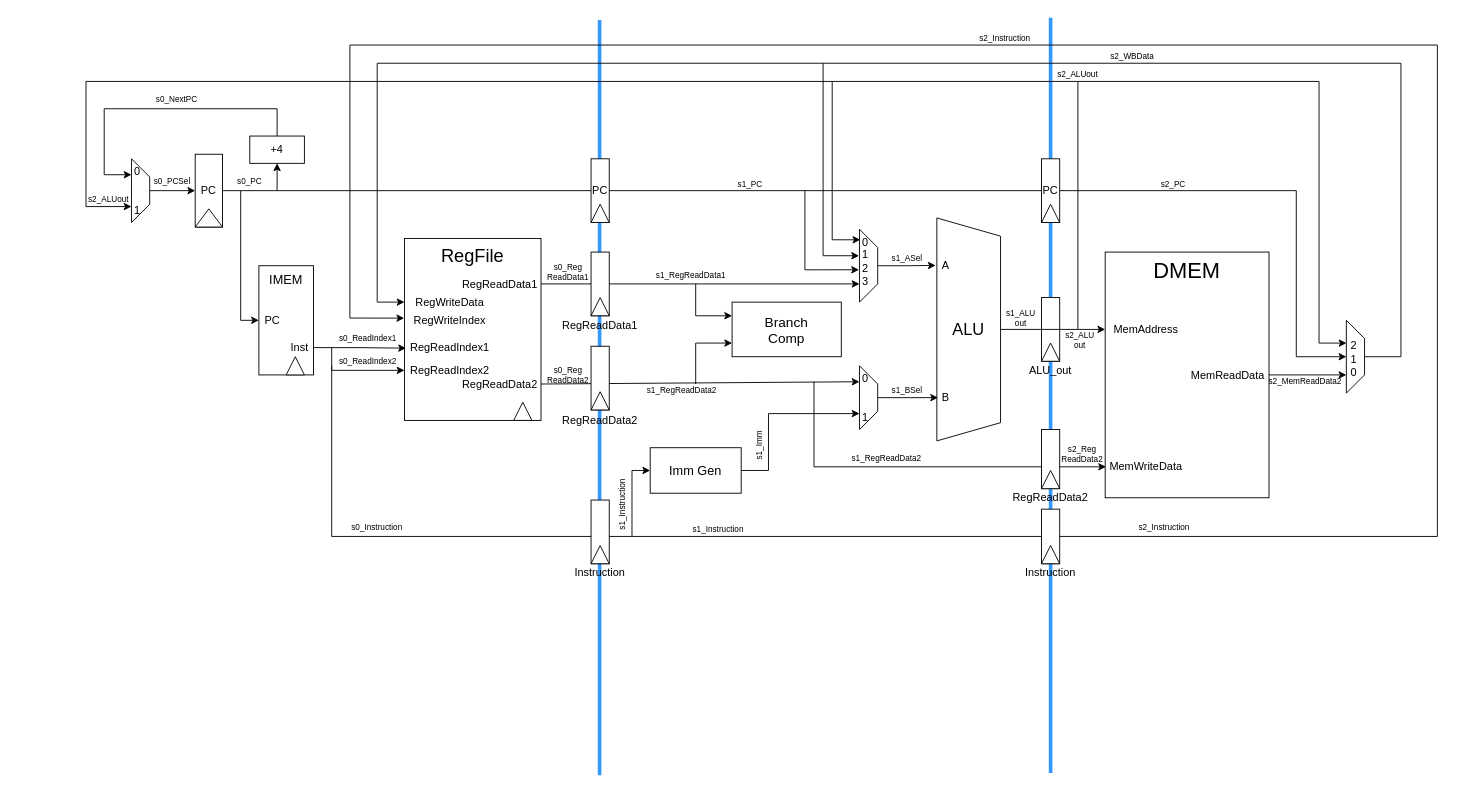
This is pipeline_diagram.drawio from TerryTang0/eecs151-asic-project-sp26, a draw.io file, before an edit. Source tidied: cells renumbered, new cells numbered last; positions are measured from the earlier drawing's top-left corner, leaving out a move shared by most shapes. Both pictures are drawn from the tidied source at 91%, with x=0, y=0 at pixel (81, 17).
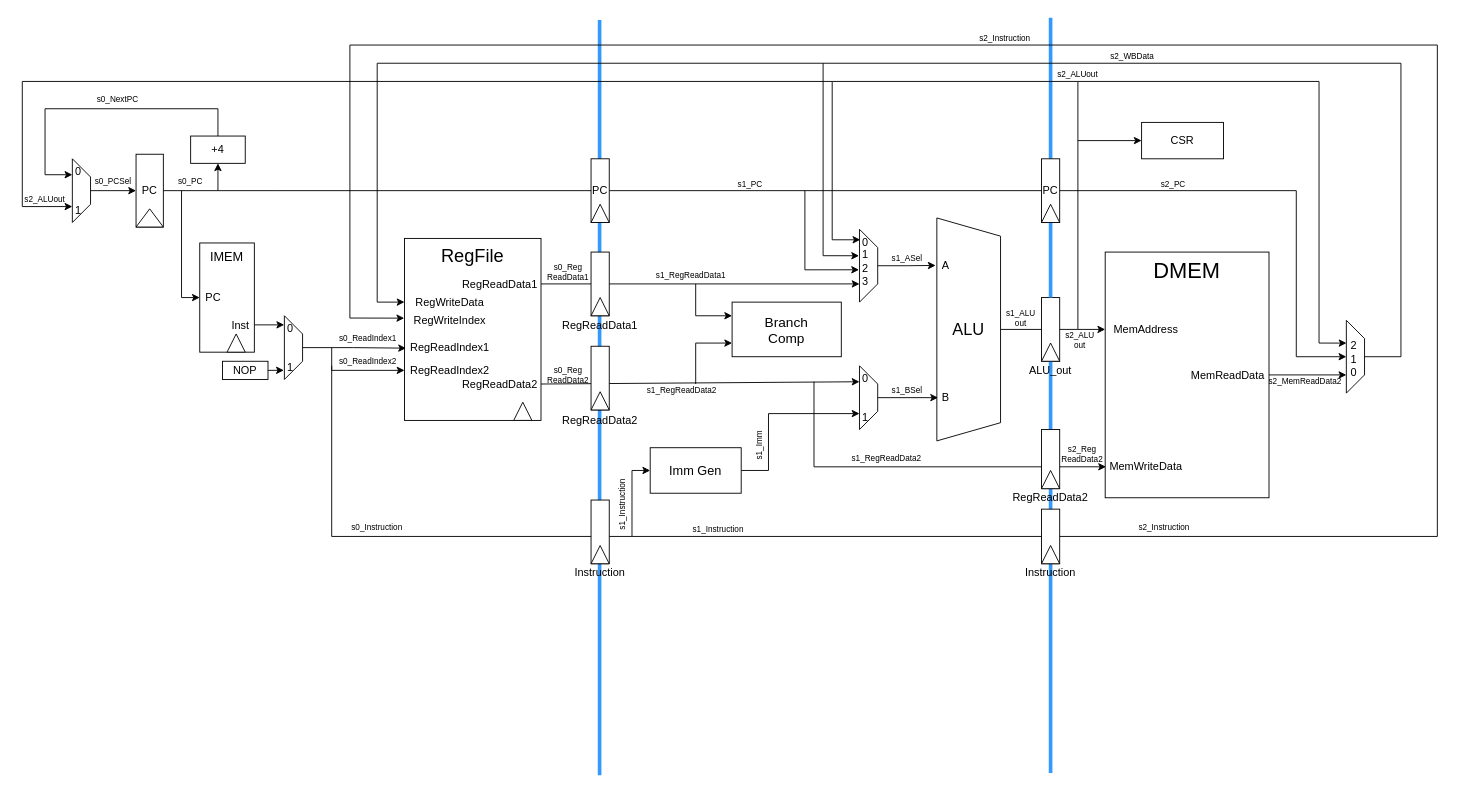
Above is the later version.

Commit message:
Update the datapath for CSR

The change refers to these unchanged cells:
```xml
<mxCell id="19" value="&lt;font style=&quot;font-size: 20px;&quot;&gt;RegFile&lt;/font&gt;" style="rounded=0;whiteSpace=wrap;html=1;direction=south;verticalAlign=top;" parent="1" vertex="1">
  <mxGeometry x="355" y="242.5" width="150" height="200" as="geometry" />
</mxCell>
<mxCell id="42" value="ALU" style="shape=trapezoid;perimeter=trapezoidPerimeter;whiteSpace=wrap;html=1;shapeInside=1;fixedSize=1;direction=south;fontSize=18;" parent="1" vertex="1">
  <mxGeometry x="940" y="220" width="70" height="245" as="geometry" />
</mxCell>
<mxCell id="49" value="MemAddress" style="text;html=1;whiteSpace=wrap;strokeColor=none;fillColor=none;align=center;verticalAlign=middle;rounded=0;" parent="1" vertex="1">
  <mxGeometry x="1125" y="327.5" width="90" height="30" as="geometry" />
</mxCell>
```

What changed in the source:
```diff
@@
+    <mxCell id="41" style="rounded=0;jettySize=auto;html=1;exitX=0.5;exitY=0;exitDx=0;exitDy=0;defaultLabelBackgroundColor=page;labelPadding=0 4;entryX=0;entryY=0.5;entryDx=0;entryDy=0;flowAnimation=0;" parent="1" edge="1" source="42" target="49">
+      <mxGeometry x="-0.52" relative="1" as="geometry" />
+    </mxCell>
+    <mxCell id="4" style="rounded=0;whiteSpace=wrap;html=1;rotation=90;horizontal=0;" parent="1" vertex="1">
+      <mxGeometry x="1030" y="332.5" width="70" height="20" as="geometry" />
+    </mxCell>
@@
-    <mxCell id="4" style="rounded=0;whiteSpace=wrap;html=1;rotation=90;horizontal=0;" parent="1" vertex="1">
-      <mxGeometry x="1030" y="332.5" width="70" height="20" as="geometry" />
-    </mxCell>
     <mxCell id="5" value="PC" style="rounded=0;whiteSpace=wrap;html=1;rotation=90;horizontal=0;" parent="1" vertex="1">
-      <mxGeometry x="100" y="175" width="80" height="30" as="geometry" />
+      <mxGeometry x="35" y="175" width="80" height="30" as="geometry" />
     </mxCell>
     <mxCell id="6" style="triangle;whiteSpace=wrap;html=1;shapeInside=1;rotation=-90;" parent="1" vertex="1">
-      <mxGeometry x="130" y="205" width="20" height="30" as="geometry" />
+      <mxGeometry x="65" y="205" width="20" height="30" as="geometry" />
     </mxCell>
@@
     <mxCell id="8" style="endArrow=classic;html=1;rounded=0;" parent="1" edge="1" target="9">
       <mxGeometry relative="1" as="geometry">
-        <mxPoint x="215" y="190" as="sourcePoint" />
+        <mxPoint x="150" y="190" as="sourcePoint" />
       </mxGeometry>
     </mxCell>
     <mxCell id="9" value="+4" style="rounded=0;whiteSpace=wrap;html=1;" parent="1" vertex="1">
-      <mxGeometry x="185" y="130" width="60" height="30" as="geometry" />
+      <mxGeometry x="120" y="130" width="60" height="30" as="geometry" />
     </mxCell>
     <mxCell id="10" style="endArrow=classic;html=1;rounded=0;exitX=0.5;exitY=0;exitDx=0;exitDy=0;entryX=0.25;entryY=1;entryDx=0;entryDy=0;" parent="1" edge="1" source="9" target="11">
       <mxGeometry relative="1" as="geometry">
         <Array as="points">
-          <mxPoint x="215" y="100" />
-          <mxPoint x="25" y="100" />
-          <mxPoint x="25" y="172.5" />
+          <mxPoint x="150" y="100" />
+          <mxPoint x="-40" y="100" />
+          <mxPoint x="-40" y="172.5" />
         </Array>
       </mxGeometry>
     </mxCell>
     <mxCell id="11" value="0&amp;nbsp;&amp;nbsp;&lt;br&gt;&lt;br&gt;&lt;br&gt;&lt;div&gt;1&amp;nbsp;&amp;nbsp;&lt;/div&gt;" style="shape=trapezoid;perimeter=trapezoidPerimeter;whiteSpace=wrap;html=1;shapeInside=1;fixedSize=1;rotation=90;direction=east;horizontal=0;verticalAlign=top;" parent="1" vertex="1">
-      <mxGeometry x="30" y="180" width="70" height="20" as="geometry" />
+      <mxGeometry x="-35" y="180" width="70" height="20" as="geometry" />
     </mxCell>
@@
     <mxCell id="13" style="edgeStyle=orthogonalEdgeStyle;rounded=0;jettySize=auto;html=1;exitX=0.5;exitY=0;exitDx=0;exitDy=0;" parent="1" edge="1" source="14">
       <mxGeometry relative="1" as="geometry">
-        <mxPoint x="255.3" y="333.2" as="targetPoint" />
+        <mxPoint x="190.3" y="308.2" as="targetPoint" />
       </mxGeometry>
     </mxCell>
     <mxCell id="14" value="&lt;font style=&quot;font-size: 14px;&quot;&gt;IMEM&lt;br&gt;&lt;/font&gt;" style="rounded=0;whiteSpace=wrap;html=1;direction=south;verticalAlign=top;" parent="1" vertex="1">
-      <mxGeometry x="195" y="272.5" width="60" height="120" as="geometry" />
+      <mxGeometry x="130" y="247.5" width="60" height="120" as="geometry" />
     </mxCell>
     <mxCell id="15" style="triangle;whiteSpace=wrap;html=1;shapeInside=1;rotation=-90;" parent="1" vertex="1">
-      <mxGeometry x="225" y="372.5" width="20" height="20" as="geometry" />
+      <mxGeometry x="160" y="347.5" width="20" height="20" as="geometry" />
     </mxCell>
     <mxCell id="16" style="endArrow=classic;html=1;rounded=0;entryX=0.5;entryY=1;entryDx=0;entryDy=0;" parent="1" edge="1" target="14">
       <mxGeometry x="-0.09" relative="1" as="geometry">
-        <mxPoint x="175" y="190" as="sourcePoint" />
+        <mxPoint x="110" y="190" as="sourcePoint" />
         <Array as="points">
-          <mxPoint x="175" y="332.5" />
+          <mxPoint x="110" y="307.5" />
         </Array>
       </mxGeometry>
     </mxCell>
     <mxCell id="17" value="PC" style="text;html=1;whiteSpace=wrap;strokeColor=none;fillColor=none;align=center;verticalAlign=middle;rounded=0;" parent="1" vertex="1">
-      <mxGeometry x="185" y="322.5" width="50" height="20" as="geometry" />
+      <mxGeometry x="120" y="297.5" width="50" height="20" as="geometry" />
     </mxCell>
@@
-    <mxCell id="21" style="edgeStyle=orthogonalEdgeStyle;rounded=0;jettySize=auto;html=1;exitX=0.75;exitY=0;exitDx=0;exitDy=0;entryX=0.603;entryY=0.989;entryDx=0;entryDy=0;entryPerimeter=0;" parent="1" edge="1" source="14" target="19">
+    <mxCell id="21" style="edgeStyle=orthogonalEdgeStyle;rounded=0;jettySize=auto;html=1;entryX=0.603;entryY=0.989;entryDx=0;entryDy=0;entryPerimeter=0;exitX=0.5;exitY=0;exitDx=0;exitDy=0;" parent="1" edge="1" source="111" target="19">
       <mxGeometry relative="1" as="geometry" />
     </mxCell>
     <mxCell id="22" value="Inst" style="text;html=1;whiteSpace=wrap;strokeColor=none;fillColor=none;align=center;verticalAlign=middle;rounded=0;" parent="1" vertex="1">
-      <mxGeometry x="215" y="352.5" width="50" height="20" as="geometry" />
+      <mxGeometry x="150" y="327.5" width="50" height="20" as="geometry" />
     </mxCell>
@@
-    <mxCell id="41" style="rounded=0;jettySize=auto;html=1;exitX=0.5;exitY=0;exitDx=0;exitDy=0;defaultLabelBackgroundColor=page;labelPadding=0 4;entryX=0;entryY=0.5;entryDx=0;entryDy=0;flowAnimation=0;" parent="1" edge="1" source="42" target="49">
-      <mxGeometry x="-0.52" relative="1" as="geometry" />
-    </mxCell>
@@
     <mxCell id="53" value="s0_PC" style="text;html=1;whiteSpace=wrap;strokeColor=none;fillColor=none;align=center;verticalAlign=middle;rounded=0;fontSize=9;" parent="1" vertex="1">
-      <mxGeometry x="155" y="170" width="60" height="20" as="geometry" />
+      <mxGeometry x="90" y="170" width="60" height="20" as="geometry" />
     </mxCell>
     <mxCell id="54" value="s0_NextPC" style="text;html=1;whiteSpace=wrap;strokeColor=none;fillColor=none;align=center;verticalAlign=middle;rounded=0;fontSize=9;" parent="1" vertex="1">
-      <mxGeometry x="75" y="80" width="60" height="20" as="geometry" />
+      <mxGeometry x="10" y="80" width="60" height="20" as="geometry" />
     </mxCell>
@@
-    <mxCell id="86" style="triangle;whiteSpace=wrap;html=1;shapeInside=1;rotation=-90;" parent="1" vertex="1">
-      <mxGeometry x="1055" y="357.5" width="20" height="20" as="geometry" />
-    </mxCell>
@@
     <mxCell id="90" style="endArrow=classic;html=1;rounded=0;entryX=0.75;entryY=1;entryDx=0;entryDy=0;" parent="1" edge="1" target="11">
       <mxGeometry relative="1" as="geometry">
         <mxPoint x="825" y="70" as="sourcePoint" />
         <Array as="points">
-          <mxPoint x="5" y="70" />
-          <mxPoint x="5" y="207.5" />
+          <mxPoint x="-65" y="70" />
+          <mxPoint x="-65" y="207.5" />
         </Array>
       </mxGeometry>
     </mxCell>
@@
     <mxCell id="94" value="s2_ALUout" style="text;html=1;whiteSpace=wrap;strokeColor=none;fillColor=none;align=center;verticalAlign=middle;rounded=0;fontSize=9;" parent="1" vertex="1">
-      <mxGeometry y="190" width="60" height="20" as="geometry" />
+      <mxGeometry x="-70" y="190" width="60" height="20" as="geometry" />
     </mxCell>
@@
     <mxCell id="108" value="s0_PCSel" style="text;html=1;whiteSpace=wrap;strokeColor=none;fillColor=none;align=center;verticalAlign=middle;rounded=0;fontSize=9;" parent="1" vertex="1">
-      <mxGeometry x="70" y="170" width="60" height="20" as="geometry" />
+      <mxGeometry x="5" y="170" width="60" height="20" as="geometry" />
     </mxCell>
@@
+    <mxCell id="111" value="0&amp;nbsp;&amp;nbsp;&lt;br&gt;&lt;br&gt;&lt;br&gt;&lt;div&gt;1&amp;nbsp;&amp;nbsp;&lt;/div&gt;" style="shape=trapezoid;perimeter=trapezoidPerimeter;whiteSpace=wrap;html=1;shapeInside=1;fixedSize=1;rotation=90;direction=east;horizontal=0;verticalAlign=top;" parent="1" vertex="1">
+      <mxGeometry x="198" y="352.5" width="70" height="20" as="geometry" />
+    </mxCell>
+    <mxCell id="112" value="NOP" style="rounded=0;whiteSpace=wrap;html=1;" parent="1" vertex="1">
+      <mxGeometry x="155" y="377.5" width="50" height="20" as="geometry" />
+    </mxCell>
+    <mxCell id="113" style="endArrow=classic;html=1;rounded=0;exitX=0.75;exitY=0;exitDx=0;exitDy=0;" parent="1" edge="1" source="14">
+      <mxGeometry relative="1" as="geometry">
+        <mxPoint x="222.8" y="337.5" as="targetPoint" />
+      </mxGeometry>
+    </mxCell>
+    <mxCell id="114" style="endArrow=classic;html=1;rounded=0;exitX=1;exitY=0.5;exitDx=0;exitDy=0;endFill=1;" parent="1" edge="1" source="112">
+      <mxGeometry relative="1" as="geometry">
+        <mxPoint x="222.4" y="387.4" as="targetPoint" />
+      </mxGeometry>
+    </mxCell>
+    <mxCell id="86" style="triangle;whiteSpace=wrap;html=1;shapeInside=1;rotation=-90;" parent="1" vertex="1">
+      <mxGeometry x="1055" y="357.5" width="20" height="20" as="geometry" />
+    </mxCell>
+    <mxCell id="115" value="CSR" style="rounded=0;whiteSpace=wrap;html=1;" parent="1" vertex="1">
+      <mxGeometry x="1165" y="115" width="90" height="40" as="geometry" />
+    </mxCell>
+    <mxCell id="116" style="endArrow=classic;html=1;rounded=0;entryX=0;entryY=0.5;entryDx=0;entryDy=0;" parent="1" edge="1" target="115">
+      <mxGeometry relative="1" as="geometry">
+        <mxPoint x="1095" y="135" as="sourcePoint" />
+      </mxGeometry>
+    </mxCell>
```
